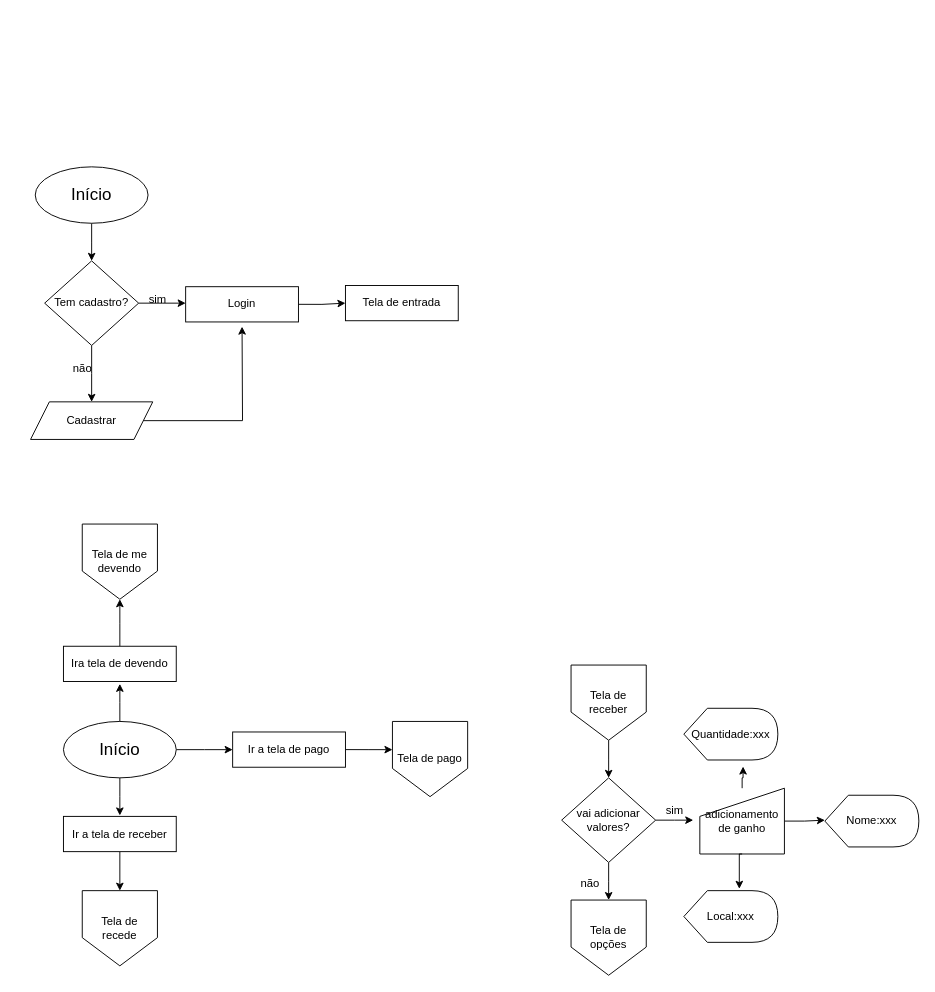
This is Doc/Fluxograma.Drawio from AmabilyCarvalho/Equipe5, a draw.io file, before an edit. Source tidied: cells renumbered, new cells numbered last; positions are measured from the earlier drawing's top-left corner, leaving out a move shared by most shapes. Both pictures are drawn from the tidied source at 94%, with x=0, y=0 at pixel (30, 166).
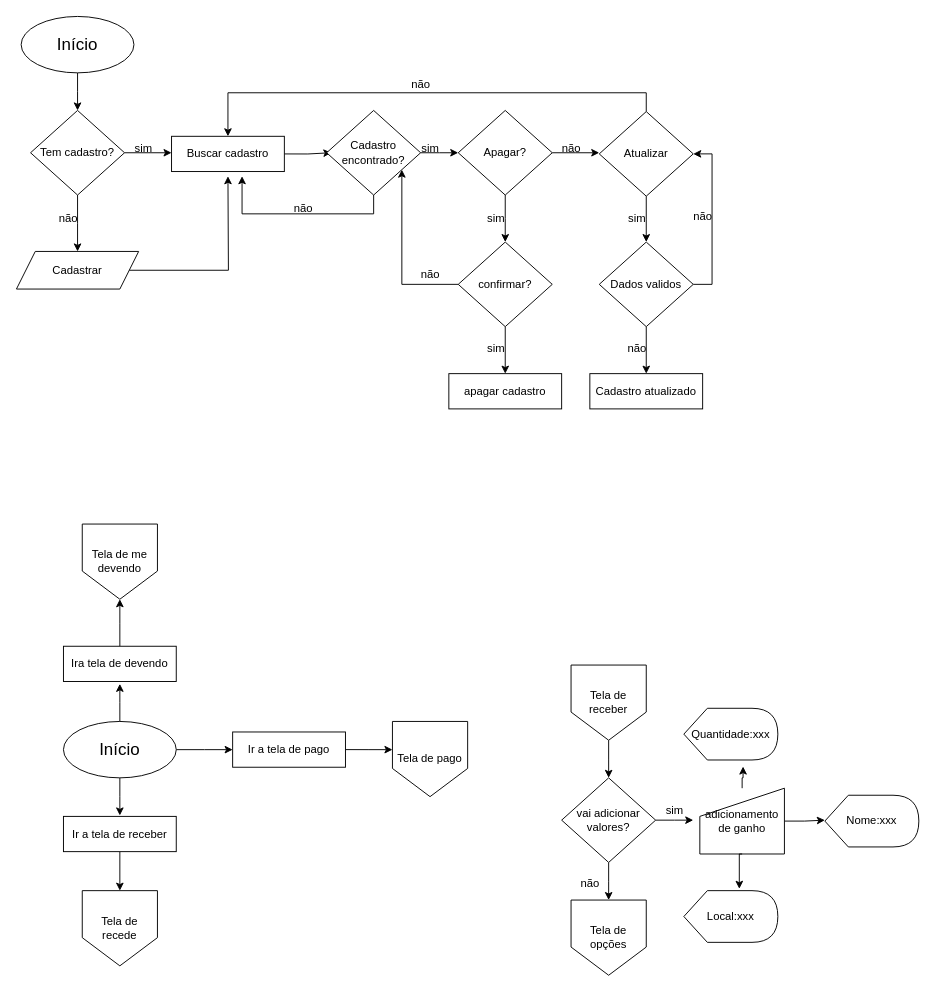
After the change.

What changed in the source:
```diff
@@
     <mxCell id="2" style="edgeStyle=orthogonalEdgeStyle;rounded=0;jettySize=auto;html=1;exitX=0.5;exitY=1;exitDx=0;exitDy=0;" parent="1" edge="1" source="3">
       <mxGeometry relative="1" as="geometry">
-        <mxPoint x="65" y="100" as="targetPoint" />
+        <mxPoint x="50" y="-60" as="targetPoint" />
       </mxGeometry>
     </mxCell>
     <mxCell id="3" value="&lt;font style=&quot;font-size: 18px;&quot;&gt;Início&lt;/font&gt;" style="ellipse;whiteSpace=wrap;html=1;" parent="1" vertex="1">
-      <mxGeometry x="5" width="120" height="60" as="geometry" />
+      <mxGeometry x="-10" y="-160" width="120" height="60" as="geometry" />
     </mxCell>
     <mxCell id="4" style="edgeStyle=orthogonalEdgeStyle;rounded=0;jettySize=auto;html=1;exitX=1;exitY=0.5;exitDx=0;exitDy=0;" parent="1" edge="1" source="6">
       <mxGeometry relative="1" as="geometry">
-        <mxPoint x="165" y="145" as="targetPoint" />
+        <mxPoint x="150" y="-15" as="targetPoint" />
       </mxGeometry>
     </mxCell>
     <mxCell id="5" style="edgeStyle=orthogonalEdgeStyle;rounded=0;jettySize=auto;html=1;exitX=0.5;exitY=1;exitDx=0;exitDy=0;" parent="1" edge="1" source="6">
       <mxGeometry relative="1" as="geometry">
-        <mxPoint x="65" y="250" as="targetPoint" />
+        <mxPoint x="50" y="90" as="targetPoint" />
       </mxGeometry>
     </mxCell>
     <mxCell id="6" value="Tem cadastro?" style="rhombus;whiteSpace=wrap;html=1;" parent="1" vertex="1">
-      <mxGeometry x="15" y="100" width="100" height="90" as="geometry" />
+      <mxGeometry y="-60" width="100" height="90" as="geometry" />
     </mxCell>
     <mxCell id="7" style="edgeStyle=orthogonalEdgeStyle;rounded=0;jettySize=auto;html=1;exitX=1;exitY=0.5;exitDx=0;exitDy=0;" parent="1" edge="1" source="8">
       <mxGeometry relative="1" as="geometry">
-        <mxPoint x="335" y="145" as="targetPoint" />
+        <mxPoint x="320" y="-15" as="targetPoint" />
       </mxGeometry>
     </mxCell>
-    <mxCell id="8" value="Login" style="rounded=0;whiteSpace=wrap;html=1;" parent="1" vertex="1">
-      <mxGeometry x="165" y="127.5" width="120" height="37.5" as="geometry" />
+    <mxCell id="8" value="Buscar cadastro" style="rounded=0;whiteSpace=wrap;html=1;" parent="1" vertex="1">
+      <mxGeometry x="150" y="-32.5" width="120" height="37.5" as="geometry" />
     </mxCell>
-    <mxCell id="9" value="Tela de entrada" style="rounded=0;whiteSpace=wrap;html=1;" parent="1" vertex="1">
-      <mxGeometry x="335" y="126.2" width="120" height="37.5" as="geometry" />
-    </mxCell>
     <mxCell id="10" style="edgeStyle=orthogonalEdgeStyle;rounded=0;jettySize=auto;html=1;exitX=1;exitY=0.5;exitDx=0;exitDy=0;" parent="1" edge="1" source="11">
       <mxGeometry relative="1" as="geometry">
-        <mxPoint x="225" y="170" as="targetPoint" />
+        <mxPoint x="210" y="10" as="targetPoint" />
       </mxGeometry>
     </mxCell>
     <mxCell id="11" value="Cadastrar" style="shape=parallelogram;perimeter=parallelogramPerimeter;whiteSpace=wrap;html=1;fixedSize=1;" parent="1" vertex="1">
-      <mxGeometry y="250" width="130" height="40" as="geometry" />
+      <mxGeometry x="-15" y="90" width="130" height="40" as="geometry" />
     </mxCell>
     <mxCell id="12" value="sim" style="text;html=1;align=center;verticalAlign=middle;strokeColor=none;fillColor=none;" parent="1" vertex="1">
-      <mxGeometry x="115" y="126.2" width="40" height="30" as="geometry" />
+      <mxGeometry x="100" y="-33.8" width="40" height="30" as="geometry" />
     </mxCell>
     <mxCell id="13" value="não" style="text;html=1;align=center;verticalAlign=middle;strokeColor=none;fillColor=none;" parent="1" vertex="1">
-      <mxGeometry x="35" y="200" width="40" height="30" as="geometry" />
+      <mxGeometry x="20" y="40" width="40" height="30" as="geometry" />
     </mxCell>
@@
+    <mxCell id="42" style="edgeStyle=orthogonalEdgeStyle;rounded=0;jettySize=auto;html=1;exitX=0.5;exitY=1;exitDx=0;exitDy=0;" parent="1" edge="1" source="44">
+      <mxGeometry relative="1" as="geometry">
+        <mxPoint x="225" y="10" as="targetPoint" />
+        <Array as="points">
+          <mxPoint x="365" y="50" />
+          <mxPoint x="225" y="50" />
+        </Array>
+      </mxGeometry>
+    </mxCell>
+    <mxCell id="43" style="edgeStyle=orthogonalEdgeStyle;rounded=0;jettySize=auto;html=1;exitX=1;exitY=0.5;exitDx=0;exitDy=0;" parent="1" edge="1" source="44">
+      <mxGeometry relative="1" as="geometry">
+        <mxPoint x="455" y="-15" as="targetPoint" />
+      </mxGeometry>
+    </mxCell>
+    <mxCell id="44" value="Cadastro encontrado?" style="rhombus;whiteSpace=wrap;html=1;" parent="1" vertex="1">
+      <mxGeometry x="315" y="-60" width="100" height="90" as="geometry" />
+    </mxCell>
+    <mxCell id="45" value="não" style="text;html=1;align=center;verticalAlign=middle;strokeColor=none;fillColor=none;" parent="1" vertex="1">
+      <mxGeometry x="270" y="30" width="40" height="30" as="geometry" />
+    </mxCell>
+    <mxCell id="46" value="sim" style="text;html=1;align=center;verticalAlign=middle;strokeColor=none;fillColor=none;" parent="1" vertex="1">
+      <mxGeometry x="405" y="-33.8" width="40" height="30" as="geometry" />
+    </mxCell>
+    <mxCell id="47" style="edgeStyle=orthogonalEdgeStyle;rounded=0;jettySize=auto;html=1;exitX=0.5;exitY=1;exitDx=0;exitDy=0;" parent="1" edge="1" source="49">
+      <mxGeometry relative="1" as="geometry">
+        <mxPoint x="505" y="80" as="targetPoint" />
+      </mxGeometry>
+    </mxCell>
+    <mxCell id="48" style="edgeStyle=orthogonalEdgeStyle;rounded=0;jettySize=auto;html=1;exitX=1;exitY=0.5;exitDx=0;exitDy=0;" parent="1" edge="1" source="49">
+      <mxGeometry relative="1" as="geometry">
+        <mxPoint x="605" y="-15" as="targetPoint" />
+      </mxGeometry>
+    </mxCell>
+    <mxCell id="49" value="Apagar?" style="rhombus;whiteSpace=wrap;html=1;" parent="1" vertex="1">
+      <mxGeometry x="455" y="-60" width="100" height="90" as="geometry" />
+    </mxCell>
+    <mxCell id="50" style="edgeStyle=orthogonalEdgeStyle;rounded=0;jettySize=auto;html=1;exitX=0.5;exitY=1;exitDx=0;exitDy=0;entryX=0.5;entryY=0;entryDx=0;entryDy=0;" parent="1" edge="1" source="52" target="56">
+      <mxGeometry relative="1" as="geometry" />
+    </mxCell>
+    <mxCell id="51" style="edgeStyle=orthogonalEdgeStyle;rounded=0;jettySize=auto;html=1;exitX=0;exitY=0.5;exitDx=0;exitDy=0;" parent="1" edge="1" source="52" target="44">
+      <mxGeometry relative="1" as="geometry">
+        <Array as="points">
+          <mxPoint x="395" y="125" />
+        </Array>
+      </mxGeometry>
+    </mxCell>
+    <mxCell id="52" value="confirmar?" style="rhombus;whiteSpace=wrap;html=1;" parent="1" vertex="1">
+      <mxGeometry x="455" y="80" width="100" height="90" as="geometry" />
+    </mxCell>
+    <mxCell id="53" style="edgeStyle=orthogonalEdgeStyle;rounded=0;jettySize=auto;html=1;exitX=0.5;exitY=0;exitDx=0;exitDy=0;entryX=0.5;entryY=0;entryDx=0;entryDy=0;" parent="1" edge="1" source="55" target="8">
+      <mxGeometry relative="1" as="geometry" />
+    </mxCell>
+    <mxCell id="54" style="edgeStyle=orthogonalEdgeStyle;rounded=0;jettySize=auto;html=1;exitX=0.5;exitY=1;exitDx=0;exitDy=0;" parent="1" edge="1" source="55">
+      <mxGeometry relative="1" as="geometry">
+        <mxPoint x="655" y="80" as="targetPoint" />
+      </mxGeometry>
+    </mxCell>
+    <mxCell id="55" value="Atualizar" style="rhombus;whiteSpace=wrap;html=1;" parent="1" vertex="1">
+      <mxGeometry x="605" y="-58.8" width="100" height="90" as="geometry" />
+    </mxCell>
+    <mxCell id="56" value="apagar cadastro" style="rounded=0;whiteSpace=wrap;html=1;" parent="1" vertex="1">
+      <mxGeometry x="445" y="220" width="120" height="37.5" as="geometry" />
+    </mxCell>
+    <mxCell id="57" value="sim" style="text;html=1;align=center;verticalAlign=middle;strokeColor=none;fillColor=none;" parent="1" vertex="1">
+      <mxGeometry x="475" y="178" width="40" height="30" as="geometry" />
+    </mxCell>
+    <mxCell id="58" value="sim" style="text;html=1;align=center;verticalAlign=middle;strokeColor=none;fillColor=none;" parent="1" vertex="1">
+      <mxGeometry x="475" y="40" width="40" height="30" as="geometry" />
+    </mxCell>
+    <mxCell id="59" value="não" style="text;html=1;align=center;verticalAlign=middle;strokeColor=none;fillColor=none;" parent="1" vertex="1">
+      <mxGeometry x="555" y="-33.8" width="40" height="30" as="geometry" />
+    </mxCell>
+    <mxCell id="60" value="não" style="text;html=1;align=center;verticalAlign=middle;strokeColor=none;fillColor=none;" parent="1" vertex="1">
+      <mxGeometry x="405" y="100" width="40" height="30" as="geometry" />
+    </mxCell>
+    <mxCell id="61" value="não" style="text;html=1;align=center;verticalAlign=middle;strokeColor=none;fillColor=none;" parent="1" vertex="1">
+      <mxGeometry x="395" y="-102" width="40" height="30" as="geometry" />
+    </mxCell>
+    <mxCell id="62" style="edgeStyle=orthogonalEdgeStyle;rounded=0;jettySize=auto;html=1;exitX=1;exitY=0.5;exitDx=0;exitDy=0;entryX=1;entryY=0.5;entryDx=0;entryDy=0;" parent="1" edge="1" source="64" target="55">
+      <mxGeometry relative="1" as="geometry" />
+    </mxCell>
+    <mxCell id="63" style="edgeStyle=orthogonalEdgeStyle;rounded=0;jettySize=auto;html=1;exitX=0.5;exitY=1;exitDx=0;exitDy=0;entryX=0.5;entryY=0;entryDx=0;entryDy=0;" parent="1" edge="1" source="64" target="67">
+      <mxGeometry relative="1" as="geometry" />
+    </mxCell>
+    <mxCell id="64" value="Dados validos" style="rhombus;whiteSpace=wrap;html=1;" parent="1" vertex="1">
+      <mxGeometry x="605" y="80" width="100" height="90" as="geometry" />
+    </mxCell>
+    <mxCell id="65" value="sim" style="text;html=1;align=center;verticalAlign=middle;strokeColor=none;fillColor=none;" parent="1" vertex="1">
+      <mxGeometry x="625" y="40" width="40" height="30" as="geometry" />
+    </mxCell>
+    <mxCell id="66" value="não" style="text;html=1;align=center;verticalAlign=middle;strokeColor=none;fillColor=none;" parent="1" vertex="1">
+      <mxGeometry x="695" y="38" width="40" height="30" as="geometry" />
+    </mxCell>
+    <mxCell id="67" value="Cadastro atualizado" style="rounded=0;whiteSpace=wrap;html=1;" parent="1" vertex="1">
+      <mxGeometry x="595" y="220" width="120" height="37.5" as="geometry" />
+    </mxCell>
+    <mxCell id="68" value="não" style="text;html=1;align=center;verticalAlign=middle;strokeColor=none;fillColor=none;" parent="1" vertex="1">
+      <mxGeometry x="625" y="178" width="40" height="30" as="geometry" />
+    </mxCell>
```
